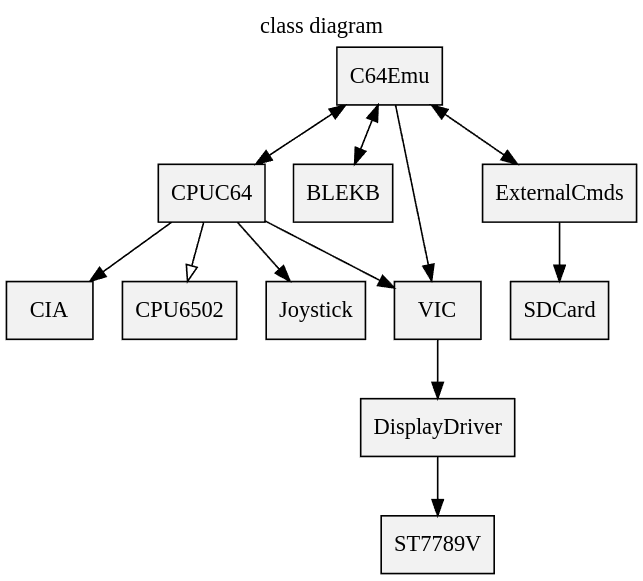
The Graphviz diagram doc/classdiagram.png in retroelec/T-HMI-C64, before a commit. Its source is kept beside it as doc/classdiagram.gv.
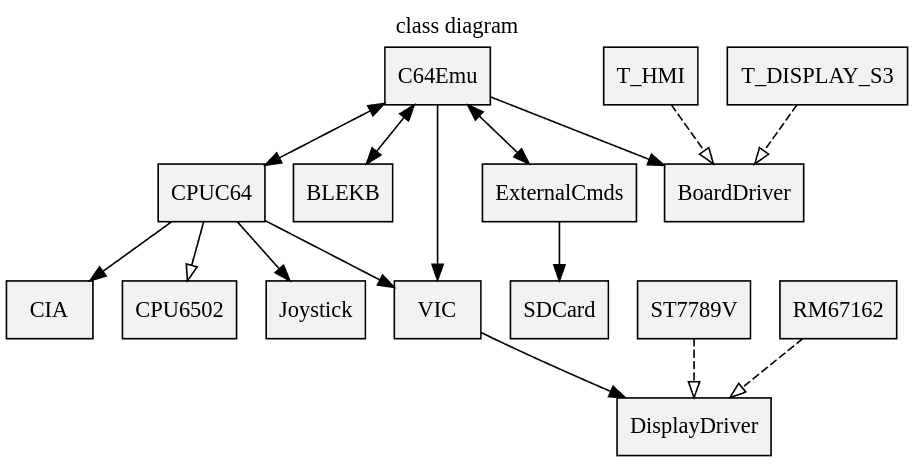
Later version of the same file.

The edit, as a diff of the source:
```diff
@@ -12,11 +12,15 @@
   C64Emu -> BLEKB [dir=both]
   C64Emu -> ExternalCmds [dir=both]
   C64Emu -> VIC
+  C64Emu -> BoardDriver
+  T_HMI -> BoardDriver [arrowhead=empty, style=dashed]
+  T_DISPLAY_S3 -> BoardDriver [arrowhead=empty, style=dashed]
   ExternalCmds -> SDCard
   CPUC64 -> CIA
-  CPUC64 -> CPU6502 [arrowhead = empty]
+  CPUC64 -> CPU6502 [arrowhead=empty]
   CPUC64 -> Joystick
   CPUC64 -> VIC
   VIC -> DisplayDriver
-  DisplayDriver -> ST7789V
+  ST7789V -> DisplayDriver [arrowhead=empty, style=dashed]
+  RM67162 -> DisplayDriver [arrowhead=empty, style=dashed]
 }
```
